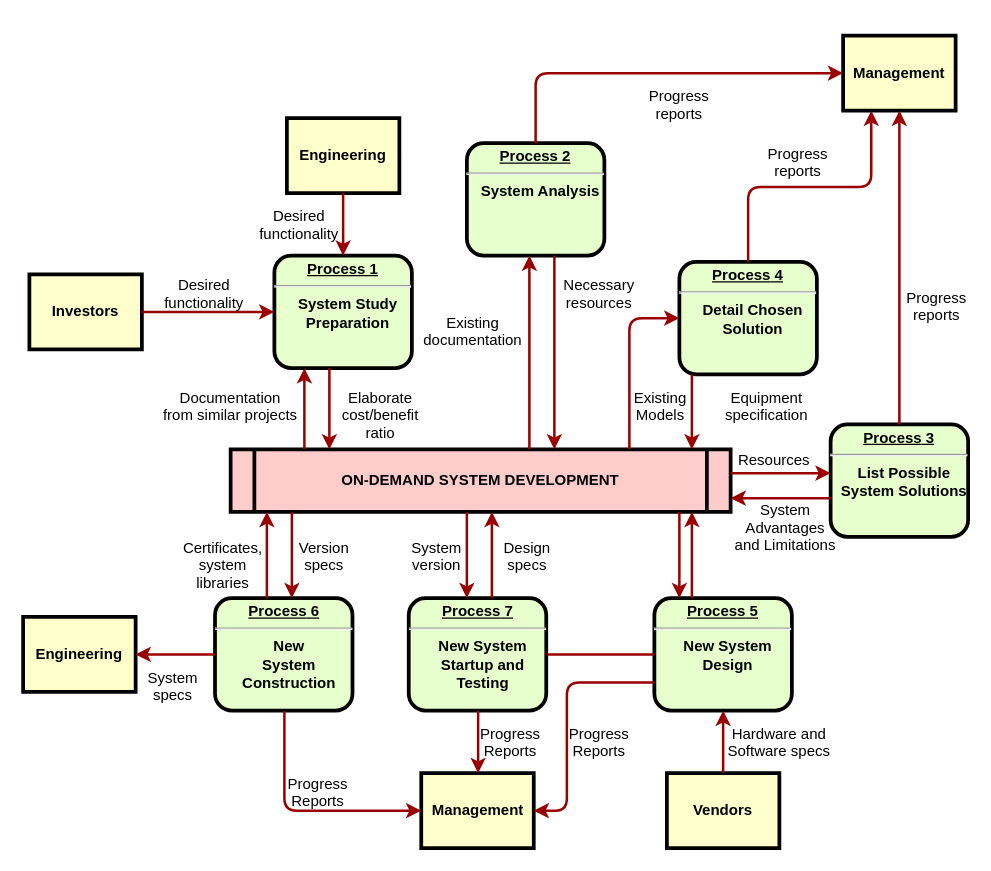
huxinkan517/DRAW.IO keeps this draw.io diagram as 北极航道.drawio. Above is the earlier version. Source tidied: cells renumbered, new cells numbered last; positions are measured from the earlier drawing's top-left corner, leaving out a move shared by most shapes. Both pictures are drawn from the tidied source at 125%, with x=0, y=0 at pixel (22, 35).
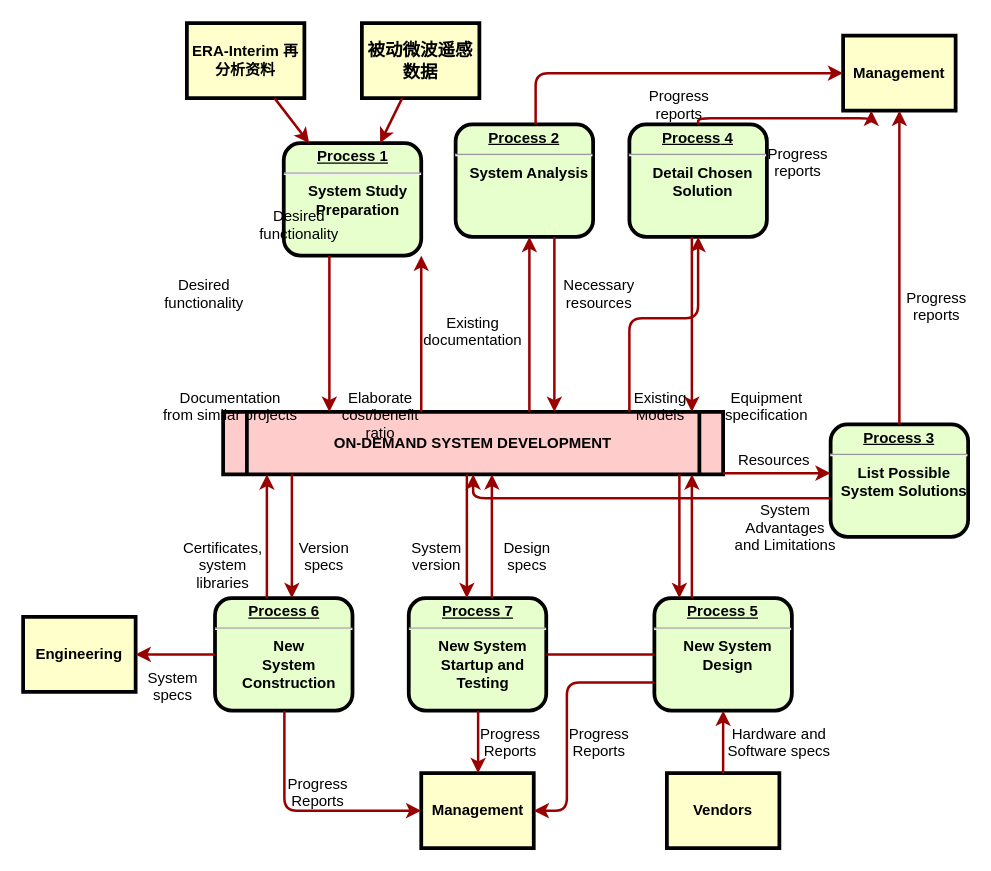
The same page after the edit.

Commit message:
更新北极航道.drawio

What changed in the source:
```diff
@@
     <mxCell id="2" value="&lt;p style=&quot;margin: 0px; margin-top: 4px; text-align: center; text-decoration: underline;&quot;&gt;&lt;strong&gt;Process 1&lt;br /&gt;&lt;/strong&gt;&lt;/p&gt;&lt;hr /&gt;&lt;p style=&quot;margin: 0px; margin-left: 8px;&quot;&gt;System Study&lt;/p&gt;&lt;p style=&quot;margin: 0px; margin-left: 8px;&quot;&gt;Preparation&lt;/p&gt;" style="verticalAlign=middle;align=center;overflow=fill;fontSize=12;fontFamily=Helvetica;html=1;rounded=1;fontStyle=1;strokeWidth=3;fillColor=#E6FFCC;" parent="1" vertex="1">
-      <mxGeometry x="201" y="176" width="110" height="90" as="geometry" />
+      <mxGeometry x="208.5" y="86" width="110" height="90" as="geometry" />
     </mxCell>
-    <mxCell id="3" value="Engineering" style="whiteSpace=wrap;align=center;verticalAlign=middle;fontStyle=1;strokeWidth=3;fillColor=#FFFFCC;" parent="1" vertex="1">
-      <mxGeometry x="211" y="66" width="90" height="60" as="geometry" />
+    <mxCell id="3" value="ERA-Interim 再分析资料" style="whiteSpace=wrap;align=center;verticalAlign=middle;fontStyle=1;strokeWidth=3;fillColor=#FFFFCC;fontSize=12;" parent="1" vertex="1">
+      <mxGeometry x="131" y="-10" width="94" height="60" as="geometry" />
     </mxCell>
-    <mxCell id="4" value="Investors" style="whiteSpace=wrap;align=center;verticalAlign=middle;fontStyle=1;strokeWidth=3;fillColor=#FFFFCC;" parent="1" vertex="1">
-      <mxGeometry x="5" y="191" width="90" height="60" as="geometry" />
+    <mxCell id="4" value="被动微波遥感数据" style="whiteSpace=wrap;align=center;verticalAlign=middle;fontStyle=1;strokeWidth=3;fillColor=#FFFFCC;fontSize=14;" parent="1" vertex="1">
+      <mxGeometry x="271" y="-10" width="94" height="60" as="geometry" />
     </mxCell>
     <mxCell id="5" value="ON-DEMAND SYSTEM DEVELOPMENT" style="shape=process;whiteSpace=wrap;align=center;verticalAlign=middle;size=0.0475;fontStyle=1;strokeWidth=3;fillColor=#FFCCCC;" parent="1" vertex="1">
-      <mxGeometry x="166" y="331" width="400" height="50" as="geometry" />
+      <mxGeometry x="160" y="301" width="400" height="50" as="geometry" />
     </mxCell>
     <mxCell id="6" value="&lt;p style=&quot;margin: 0px; margin-top: 4px; text-align: center; text-decoration: underline;&quot;&gt;&lt;strong&gt;Process 2&lt;br /&gt;&lt;/strong&gt;&lt;/p&gt;&lt;hr /&gt;&lt;p style=&quot;margin: 0px; margin-left: 8px;&quot;&gt;System Analysis&lt;/p&gt;" style="verticalAlign=middle;align=center;overflow=fill;fontSize=12;fontFamily=Helvetica;html=1;rounded=1;fontStyle=1;strokeWidth=3;fillColor=#E6FFCC;" parent="1" vertex="1">
-      <mxGeometry x="355" y="86" width="110" height="90" as="geometry" />
+      <mxGeometry x="346" y="71" width="110" height="90" as="geometry" />
     </mxCell>
@@
     <mxCell id="8" value="&lt;p style=&quot;margin: 0px; margin-top: 4px; text-align: center; text-decoration: underline;&quot;&gt;&lt;strong&gt;&lt;strong&gt;Process&lt;/strong&gt; 4&lt;br /&gt;&lt;/strong&gt;&lt;/p&gt;&lt;hr /&gt;&lt;p style=&quot;margin: 0px; margin-left: 8px;&quot;&gt;Detail Chosen&lt;/p&gt;&lt;p style=&quot;margin: 0px; margin-left: 8px;&quot;&gt;Solution&lt;/p&gt;" style="verticalAlign=middle;align=center;overflow=fill;fontSize=12;fontFamily=Helvetica;html=1;rounded=1;fontStyle=1;strokeWidth=3;fillColor=#E6FFCC;" parent="1" vertex="1">
-      <mxGeometry x="525" y="181" width="110" height="90" as="geometry" />
+      <mxGeometry x="485" y="71" width="110" height="90" as="geometry" />
     </mxCell>
```
